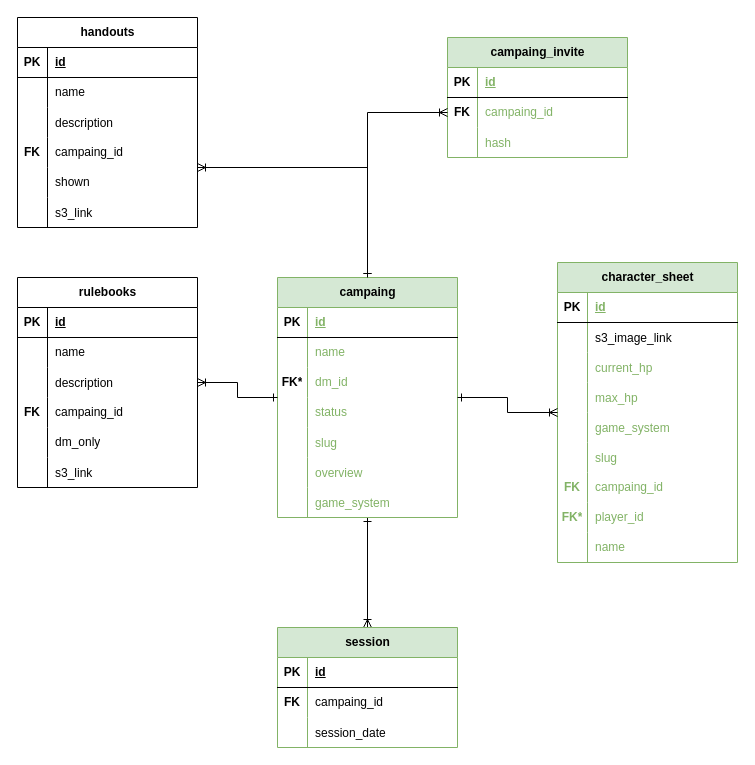
Before: page "QuestMaster - Core" (1 of 4) of databasemodel.drawio in hannaBanannaOF/hbsites-architecture, a draw.io diagram. Source tidied: cells renumbered, new cells numbered last; positions are measured from the earlier drawing's top-left corner, leaving out a move shared by most shapes. Both pictures are drawn from the tidied source at 100%, with x=0, y=0 at pixel (17, 17).
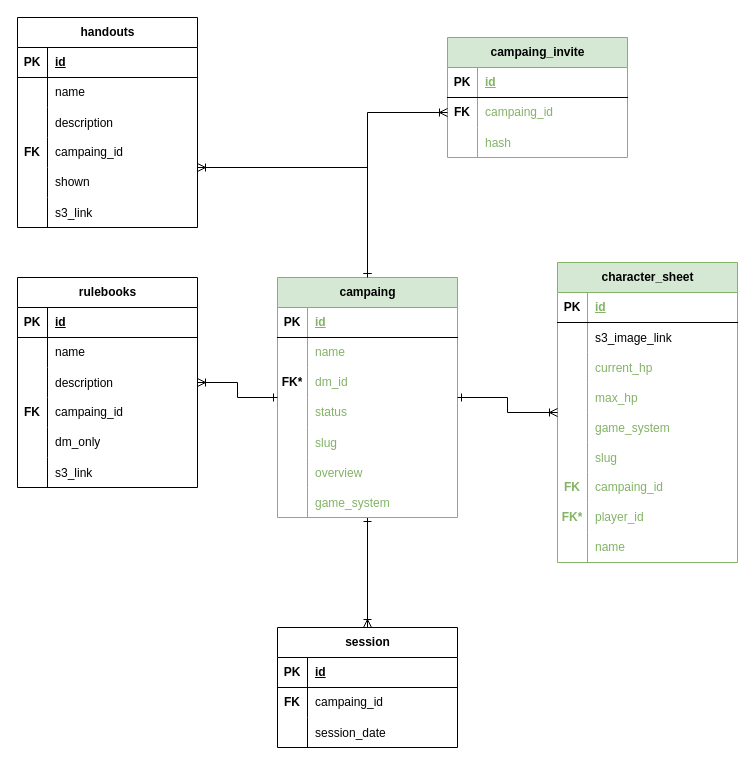
After the change.

Diff of the diagram source:
```diff
@@
-    <mxCell id="75" value="session" style="shape=table;startSize=30;childLayout=tableLayout;rowLines=0;fontStyle=1;align=center;html=1;fillColor=#d5e8d4;strokeColor=#82b366;fontColor=#000000;" parent="1" vertex="1">
+    <mxCell id="75" value="session" style="shape=table;startSize=30;childLayout=tableLayout;rowLines=0;fontStyle=1;align=center;html=1;" parent="1" vertex="1">
       <mxGeometry x="260" y="610" width="180" height="120" as="geometry" />
     </mxCell>
```
